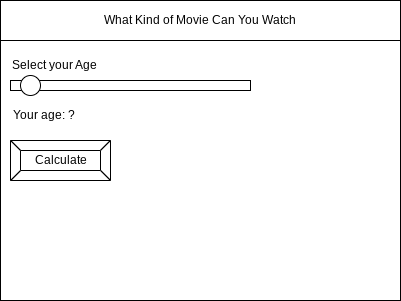
Timothy-Manwell/ICS2O-Unit5-03 keeps this draw.io diagram as design/story-board.png. Above is the earlier version. Source tidied: cells renumbered, new cells last; positions are measured from the earlier drawing's top-left corner, leaving out a move shared by most shapes. Its diagram source:
```xml
<mxGraphModel>
  <root>
    <mxCell id="0" />
    <mxCell id="1" parent="0" />
    <mxCell id="2" style="rounded=0;whiteSpace=wrap;html=1;" parent="1" vertex="1">
      <mxGeometry width="400" height="300" as="geometry" />
    </mxCell>
    <mxCell id="3" value="What Kind of Movie Can You Watch" style="rounded=0;whiteSpace=wrap;html=1;" parent="1" vertex="1">
      <mxGeometry width="400" height="40" as="geometry" />
    </mxCell>
    <mxCell id="4" value="Calculate" style="labelPosition=center;verticalLabelPosition=middle;align=center;html=1;shape=mxgraph.basic.button;dx=10;" parent="1" vertex="1">
      <mxGeometry x="10" y="140" width="100" height="40" as="geometry" />
    </mxCell>
    <mxCell id="5" value="Select your Age" style="text;html=1;strokeColor=none;fillColor=none;align=left;verticalAlign=middle;whiteSpace=wrap;rounded=0;" parent="1" vertex="1">
      <mxGeometry x="10" y="50" width="210" height="30" as="geometry" />
    </mxCell>
    <mxCell id="6" style="rounded=0;whiteSpace=wrap;html=1;fillColor=#FFFFFF;" parent="1" vertex="1">
      <mxGeometry x="10" y="80" width="240" height="10" as="geometry" />
    </mxCell>
    <mxCell id="7" style="ellipse;whiteSpace=wrap;html=1;fillColor=#FFFFFF;" parent="1" vertex="1">
      <mxGeometry x="20" y="75" width="20" height="20" as="geometry" />
    </mxCell>
    <mxCell id="8" value="Your age: ?" style="text;html=1;strokeColor=none;fillColor=none;align=left;verticalAlign=middle;whiteSpace=wrap;rounded=0;" parent="1" vertex="1">
      <mxGeometry x="11" y="100" width="110" height="30" as="geometry" />
    </mxCell>
  </root>
</mxGraphModel>
```
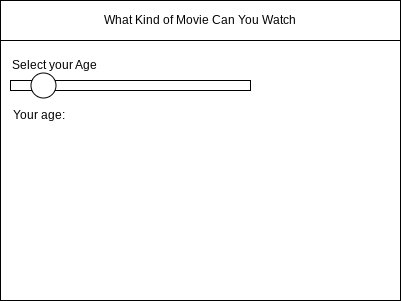
Above is the later version.

What changed in the source:
```diff
@@ -8,20 +8,17 @@
     <mxCell id="3" value="What Kind of Movie Can You Watch" style="rounded=0;whiteSpace=wrap;html=1;" parent="1" vertex="1">
       <mxGeometry width="400" height="40" as="geometry" />
     </mxCell>
-    <mxCell id="4" value="Calculate" style="labelPosition=center;verticalLabelPosition=middle;align=center;html=1;shape=mxgraph.basic.button;dx=10;" parent="1" vertex="1">
-      <mxGeometry x="10" y="140" width="100" height="40" as="geometry" />
-    </mxCell>
     <mxCell id="5" value="Select your Age" style="text;html=1;strokeColor=none;fillColor=none;align=left;verticalAlign=middle;whiteSpace=wrap;rounded=0;" parent="1" vertex="1">
       <mxGeometry x="10" y="50" width="210" height="30" as="geometry" />
     </mxCell>
     <mxCell id="6" style="rounded=0;whiteSpace=wrap;html=1;fillColor=#FFFFFF;" parent="1" vertex="1">
       <mxGeometry x="10" y="80" width="240" height="10" as="geometry" />
     </mxCell>
-    <mxCell id="7" style="ellipse;whiteSpace=wrap;html=1;fillColor=#FFFFFF;" parent="1" vertex="1">
-      <mxGeometry x="20" y="75" width="20" height="20" as="geometry" />
-    </mxCell>
-    <mxCell id="8" value="Your age: ?" style="text;html=1;strokeColor=none;fillColor=none;align=left;verticalAlign=middle;whiteSpace=wrap;rounded=0;" parent="1" vertex="1">
+    <mxCell id="8" value="Your age:&amp;nbsp;" style="text;html=1;strokeColor=none;fillColor=none;align=left;verticalAlign=middle;whiteSpace=wrap;rounded=0;" parent="1" vertex="1">
       <mxGeometry x="11" y="100" width="110" height="30" as="geometry" />
     </mxCell>
+    <mxCell id="9" style="ellipse;whiteSpace=wrap;html=1;fillColor=#FFFFFF;" parent="1" vertex="1">
+      <mxGeometry x="30.5" y="72.5" width="25" height="25" as="geometry" />
+    </mxCell>
   </root>
 </mxGraphModel>
```
